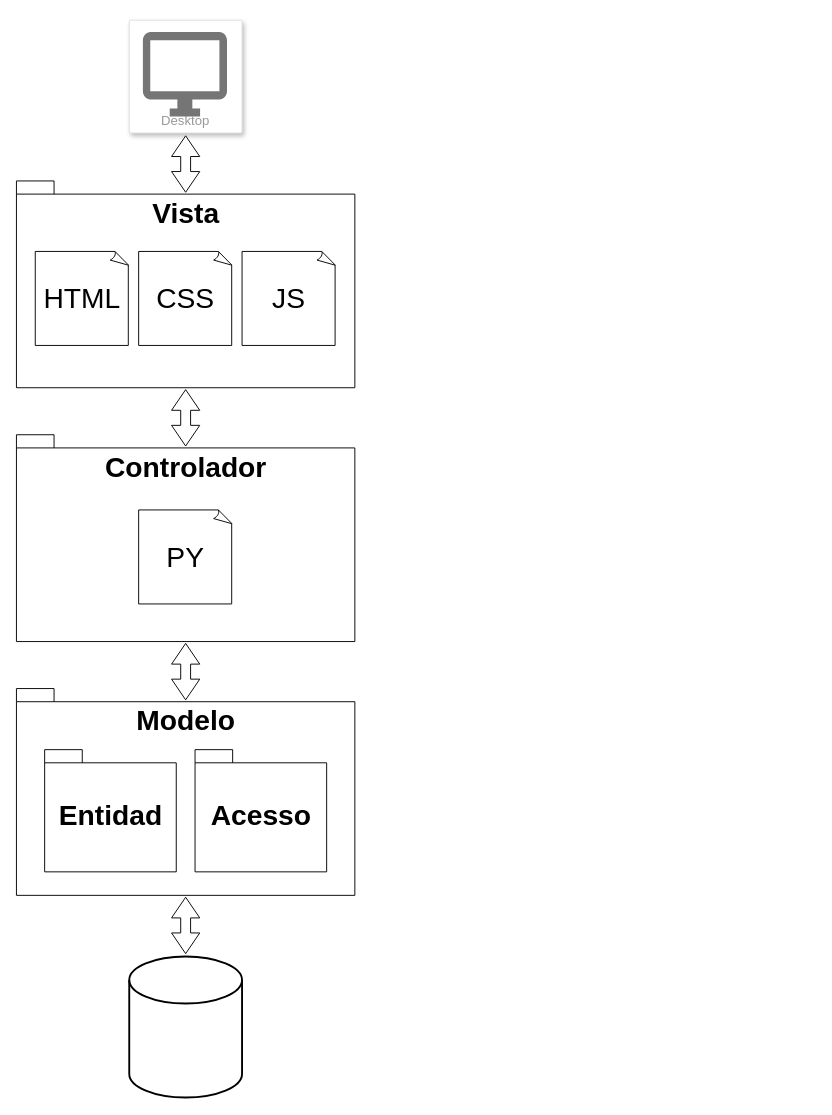
vladimbol7/Proyecto_Ciclo3 keeps this draw.io diagram as page "MVC" (1 of 3) of Documentación/MVC.drawio. Above is the earlier version. Source tidied: cells renumbered, new cells numbered last; positions are measured from the earlier drawing's top-left corner, leaving out a move shared by most shapes. Both pictures are drawn from the tidied source at 94%, with x=0, y=0 at pixel (16, 20).
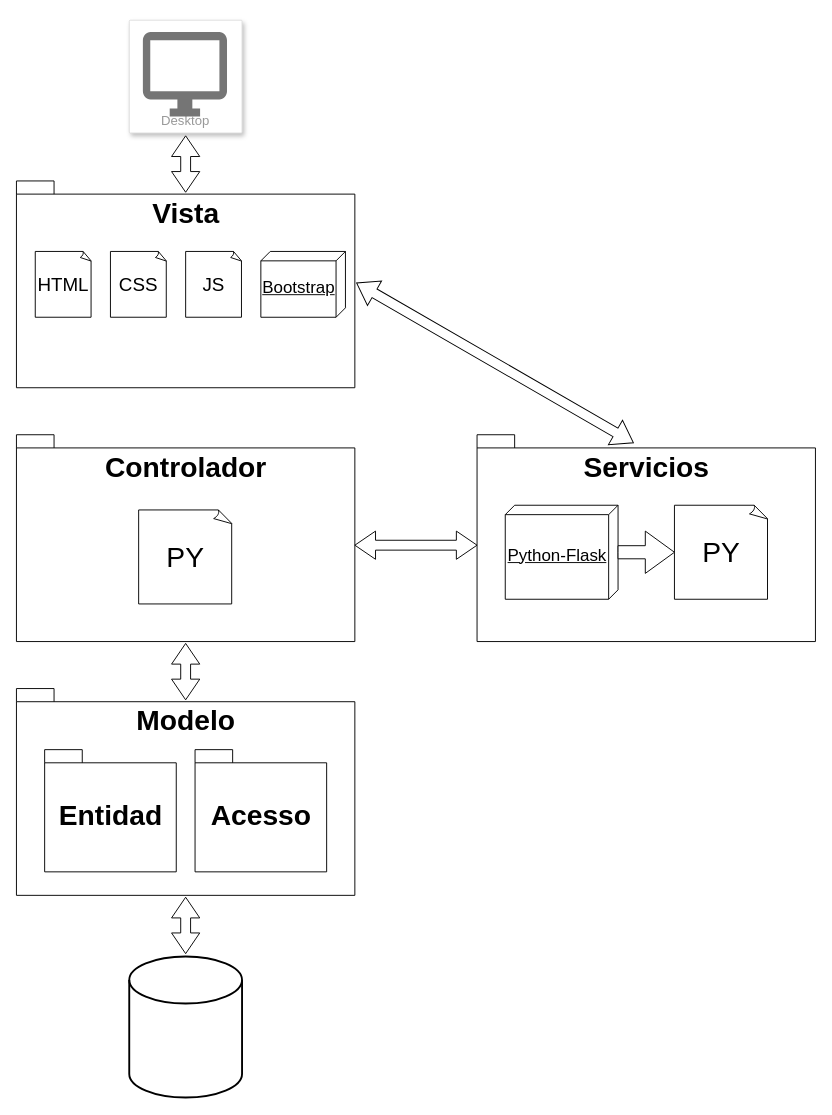
Above is the later version.

Change to the diagram source:
```diff
@@
-    <mxCell id="9" style="html=1;shadow=0;dashed=0;align=center;verticalAlign=middle;shape=mxgraph.arrows2.twoWayArrow;dy=0.65;dx=22;rotation=90;" parent="1" vertex="1">
-      <mxGeometry x="150" y="408" width="60" height="30" as="geometry" />
+    <mxCell id="9" style="html=1;shadow=0;dashed=0;align=center;verticalAlign=middle;shape=mxgraph.arrows2.twoWayArrow;dy=0.65;dx=22;rotation=30;" parent="1" vertex="1">
+      <mxGeometry x="339.1" y="349.5" width="340" height="30" as="geometry" />
     </mxCell>
@@
-    <mxCell id="14" value="HTML" style="whiteSpace=wrap;html=1;shape=mxgraph.basic.document;fontSize=30;" parent="1" vertex="1">
-      <mxGeometry x="20" y="246" width="100" height="100" as="geometry" />
+    <mxCell id="14" value="HTML" style="whiteSpace=wrap;html=1;shape=mxgraph.basic.document;fontSize=20;" parent="1" vertex="1">
+      <mxGeometry x="20" y="246" width="60" height="70" as="geometry" />
     </mxCell>
-    <mxCell id="15" value="CSS" style="whiteSpace=wrap;html=1;shape=mxgraph.basic.document;fontSize=30;" parent="1" vertex="1">
-      <mxGeometry x="130" y="246" width="100" height="100" as="geometry" />
+    <mxCell id="15" value="CSS" style="whiteSpace=wrap;html=1;shape=mxgraph.basic.document;fontSize=20;" parent="1" vertex="1">
+      <mxGeometry x="100" y="246" width="60" height="70" as="geometry" />
     </mxCell>
-    <mxCell id="16" value="JS" style="whiteSpace=wrap;html=1;shape=mxgraph.basic.document;fontSize=30;" parent="1" vertex="1">
-      <mxGeometry x="240" y="246" width="100" height="100" as="geometry" />
+    <mxCell id="16" value="JS" style="whiteSpace=wrap;html=1;shape=mxgraph.basic.document;fontSize=20;" parent="1" vertex="1">
+      <mxGeometry x="180" y="246" width="60" height="70" as="geometry" />
     </mxCell>
@@
+    <mxCell id="18" value="Servicios" style="shape=folder;fontStyle=1;spacingTop=10;tabWidth=40;tabHeight=14;tabPosition=left;html=1;horizontal=1;verticalAlign=top;fontSize=30;" parent="1" vertex="1">
+      <mxGeometry x="490" y="441" width="360" height="220" as="geometry" />
+    </mxCell>
+    <mxCell id="19" value="PY" style="whiteSpace=wrap;html=1;shape=mxgraph.basic.document;fontSize=30;" parent="1" vertex="1">
+      <mxGeometry x="700" y="516" width="100" height="100" as="geometry" />
+    </mxCell>
+    <mxCell id="20" value="Python-Flask" style="verticalAlign=middle;align=center;spacingTop=8;spacingLeft=2;spacingRight=12;shape=cube;size=10;direction=south;fontStyle=4;html=1;fontSize=18;" parent="1" vertex="1">
+      <mxGeometry x="520" y="516" width="120" height="100" as="geometry" />
+    </mxCell>
+    <mxCell id="21" style="html=1;shadow=0;dashed=0;align=center;verticalAlign=middle;shape=mxgraph.arrows2.arrow;dy=0.69;dx=31;notch=0;fontSize=18;" parent="1" vertex="1">
+      <mxGeometry x="640" y="543.5" width="60" height="45" as="geometry" />
+    </mxCell>
+    <mxCell id="22" value="Bootstrap" style="verticalAlign=middle;align=center;spacingTop=8;spacingLeft=2;spacingRight=12;shape=cube;size=10;direction=south;fontStyle=4;html=1;fontSize=18;" parent="1" vertex="1">
+      <mxGeometry x="260" y="246" width="90" height="70" as="geometry" />
+    </mxCell>
+    <mxCell id="23" style="html=1;shadow=0;dashed=0;align=center;verticalAlign=middle;shape=mxgraph.arrows2.twoWayArrow;dy=0.65;dx=22;rotation=0;" parent="1" vertex="1">
+      <mxGeometry x="360" y="543.5" width="130" height="30" as="geometry" />
+    </mxCell>
```
